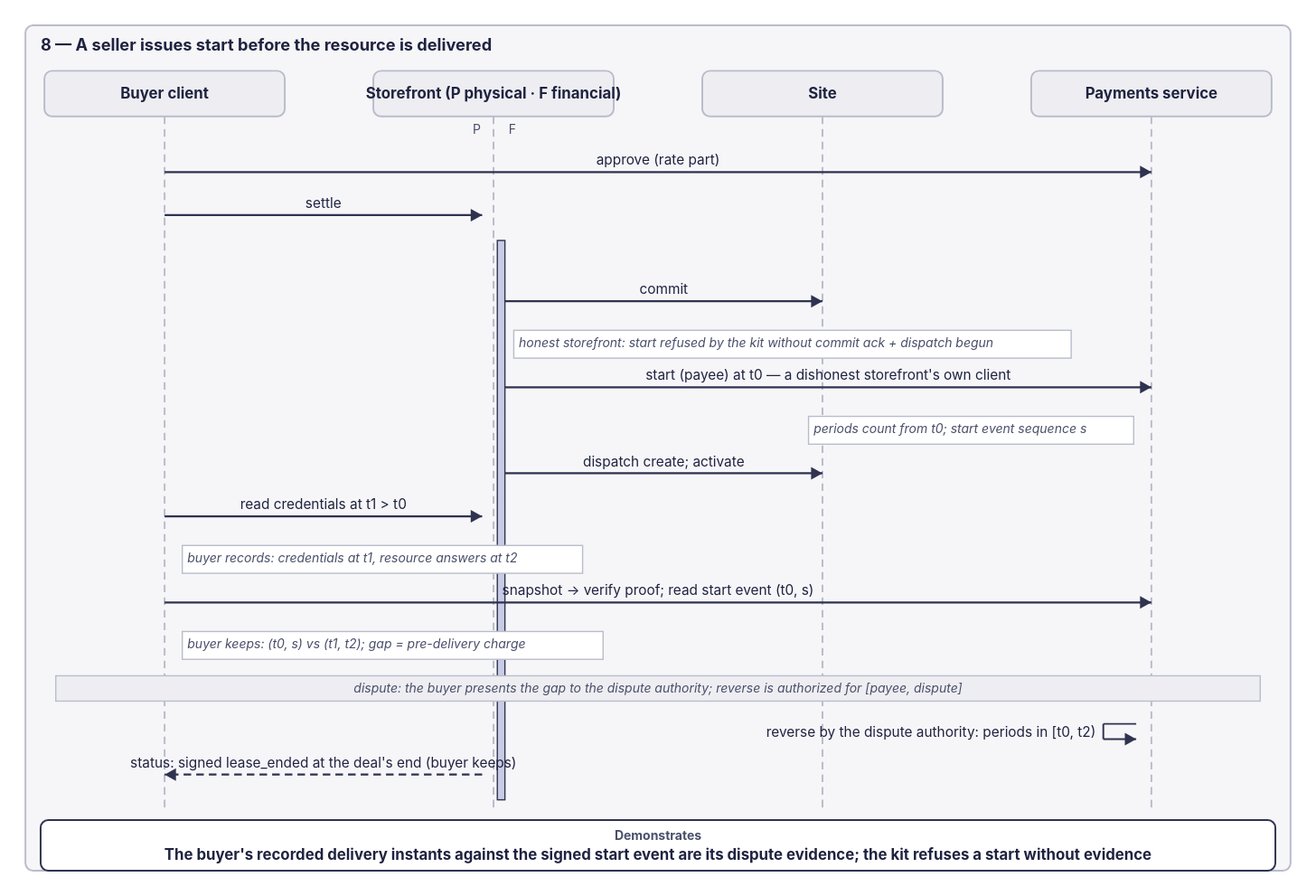
Before: openspec/changes/converge-ongoing-compute-leases/diagrams/08-start-before-delivery.svg, a diagram exported from draw.io (arkhai-io/simple-compute-market). Source tidied: cells renumbered, new cells last; positions are measured from the earlier drawing's top-left corner, leaving out a move shared by most shapes. The source it was exported from:
```xml
<mxGraphModel>
  <root>
    <mxCell id="0" />
    <mxCell id="1" parent="0" />
    <mxCell id="2" style="rounded=1;arcSize=6;whiteSpace=wrap;html=1;fillColor=#f6f6f8;strokeColor=#b9bccb;strokeWidth=1.4;dashed=0;" parent="1" vertex="1">
      <mxGeometry width="1000" height="668" as="geometry" />
    </mxCell>
    <mxCell id="3" value="8 — A seller issues start before the resource is delivered" style="text;html=1;align=left;verticalAlign=middle;whiteSpace=nowrap;fontSize=13;fontColor=#1f2340;fontStyle=1;fontFamily=Helvetica;" parent="1" vertex="1">
      <mxGeometry x="12" y="6" width="800" height="19" as="geometry" />
    </mxCell>
    <mxCell id="4" style="rounded=1;arcSize=6;whiteSpace=wrap;html=1;fillColor=#eeeef2;strokeColor=#b9bccb;strokeWidth=1.4;dashed=0;" parent="1" vertex="1">
      <mxGeometry x="15" y="36" width="190" height="36" as="geometry" />
    </mxCell>
    <mxCell id="5" value="Buyer client" style="text;html=1;align=center;verticalAlign=middle;whiteSpace=nowrap;fontSize=12;fontColor=#1f2340;fontStyle=1;fontFamily=Helvetica;" parent="1" vertex="1">
      <mxGeometry x="15" y="45" width="190" height="18" as="geometry" />
    </mxCell>
    <mxCell id="6" style="rounded=1;arcSize=6;whiteSpace=wrap;html=1;fillColor=#eeeef2;strokeColor=#b9bccb;strokeWidth=1.4;dashed=0;" parent="1" vertex="1">
      <mxGeometry x="275" y="36" width="190" height="36" as="geometry" />
    </mxCell>
    <mxCell id="7" value="Storefront  (P physical · F financial)" style="text;html=1;align=center;verticalAlign=middle;whiteSpace=nowrap;fontSize=12;fontColor=#1f2340;fontStyle=1;fontFamily=Helvetica;" parent="1" vertex="1">
      <mxGeometry x="275" y="45" width="190" height="18" as="geometry" />
    </mxCell>
    <mxCell id="8" style="rounded=1;arcSize=6;whiteSpace=wrap;html=1;fillColor=#eeeef2;strokeColor=#b9bccb;strokeWidth=1.4;dashed=0;" parent="1" vertex="1">
      <mxGeometry x="535" y="36" width="190" height="36" as="geometry" />
    </mxCell>
    <mxCell id="9" value="Site" style="text;html=1;align=center;verticalAlign=middle;whiteSpace=nowrap;fontSize=12;fontColor=#1f2340;fontStyle=1;fontFamily=Helvetica;" parent="1" vertex="1">
      <mxGeometry x="535" y="45" width="190" height="18" as="geometry" />
    </mxCell>
    <mxCell id="10" style="rounded=1;arcSize=6;whiteSpace=wrap;html=1;fillColor=#eeeef2;strokeColor=#b9bccb;strokeWidth=1.4;dashed=0;" parent="1" vertex="1">
      <mxGeometry x="795" y="36" width="190" height="36" as="geometry" />
    </mxCell>
    <mxCell id="11" value="Payments service" style="text;html=1;align=center;verticalAlign=middle;whiteSpace=nowrap;fontSize=12;fontColor=#1f2340;fontStyle=1;fontFamily=Helvetica;" parent="1" vertex="1">
      <mxGeometry x="795" y="45" width="190" height="18" as="geometry" />
    </mxCell>
    <mxCell id="12" style="endArrow=none;endFill=0;strokeColor=#b9bccb;strokeWidth=1.4;html=1;dashed=1;" parent="1" edge="1">
      <mxGeometry relative="1" as="geometry">
        <mxPoint x="110" y="72" as="sourcePoint" />
        <mxPoint x="110" y="618" as="targetPoint" />
      </mxGeometry>
    </mxCell>
    <mxCell id="13" style="endArrow=none;endFill=0;strokeColor=#b9bccb;strokeWidth=1.4;html=1;dashed=1;" parent="1" edge="1">
      <mxGeometry relative="1" as="geometry">
        <mxPoint x="370" y="72" as="sourcePoint" />
        <mxPoint x="370" y="618" as="targetPoint" />
      </mxGeometry>
    </mxCell>
    <mxCell id="14" style="endArrow=none;endFill=0;strokeColor=#b9bccb;strokeWidth=1.4;html=1;dashed=1;" parent="1" edge="1">
      <mxGeometry relative="1" as="geometry">
        <mxPoint x="630" y="72" as="sourcePoint" />
        <mxPoint x="630" y="618" as="targetPoint" />
      </mxGeometry>
    </mxCell>
    <mxCell id="15" style="endArrow=none;endFill=0;strokeColor=#b9bccb;strokeWidth=1.4;html=1;dashed=1;" parent="1" edge="1">
      <mxGeometry relative="1" as="geometry">
        <mxPoint x="890" y="72" as="sourcePoint" />
        <mxPoint x="890" y="618" as="targetPoint" />
      </mxGeometry>
    </mxCell>
    <mxCell id="16" style="rounded=0;arcSize=6;whiteSpace=wrap;html=1;fillColor=#c7cbe3;strokeColor=#2f3350;strokeWidth=1;dashed=0;" parent="1" vertex="1">
      <mxGeometry x="373" y="170" width="6" height="442" as="geometry" />
    </mxCell>
    <mxCell id="17" value="P" style="text;html=1;align=right;verticalAlign=middle;whiteSpace=nowrap;fontSize=10;fontColor=#4a4f6a;fontStyle=0;fontFamily=Helvetica;" parent="1" vertex="1">
      <mxGeometry x="330" y="74" width="30" height="16" as="geometry" />
    </mxCell>
    <mxCell id="18" value="F" style="text;html=1;align=left;verticalAlign=middle;whiteSpace=nowrap;fontSize=10;fontColor=#4a4f6a;fontStyle=0;fontFamily=Helvetica;" parent="1" vertex="1">
      <mxGeometry x="382" y="74" width="30" height="16" as="geometry" />
    </mxCell>
    <mxCell id="19" style="endArrow=block;endFill=1;strokeColor=#2f3350;strokeWidth=1.6;html=1;dashed=0;" parent="1" edge="1">
      <mxGeometry relative="1" as="geometry">
        <mxPoint x="110" y="116" as="sourcePoint" />
        <mxPoint x="890" y="116" as="targetPoint" />
      </mxGeometry>
    </mxCell>
    <mxCell id="20" value="approve (rate part)" style="text;html=1;align=center;verticalAlign=middle;whiteSpace=nowrap;fontSize=11;fontColor=#1f2340;fontStyle=0;fontFamily=Helvetica;" parent="1" vertex="1">
      <mxGeometry x="110" y="98" width="780" height="17" as="geometry" />
    </mxCell>
    <mxCell id="21" style="endArrow=block;endFill=1;strokeColor=#2f3350;strokeWidth=1.6;html=1;dashed=0;" parent="1" edge="1">
      <mxGeometry relative="1" as="geometry">
        <mxPoint x="110" y="150" as="sourcePoint" />
        <mxPoint x="361" y="150" as="targetPoint" />
      </mxGeometry>
    </mxCell>
    <mxCell id="22" value="settle" style="text;html=1;align=center;verticalAlign=middle;whiteSpace=nowrap;fontSize=11;fontColor=#1f2340;fontStyle=0;fontFamily=Helvetica;" parent="1" vertex="1">
      <mxGeometry x="110" y="132" width="251" height="17" as="geometry" />
    </mxCell>
    <mxCell id="23" style="endArrow=block;endFill=1;strokeColor=#2f3350;strokeWidth=1.6;html=1;dashed=0;" parent="1" edge="1">
      <mxGeometry relative="1" as="geometry">
        <mxPoint x="379" y="218" as="sourcePoint" />
        <mxPoint x="630" y="218" as="targetPoint" />
      </mxGeometry>
    </mxCell>
    <mxCell id="24" value="commit" style="text;html=1;align=center;verticalAlign=middle;whiteSpace=nowrap;fontSize=11;fontColor=#1f2340;fontStyle=0;fontFamily=Helvetica;" parent="1" vertex="1">
      <mxGeometry x="379" y="200" width="251" height="17" as="geometry" />
    </mxCell>
    <mxCell id="25" style="rounded=0;arcSize=6;whiteSpace=wrap;html=1;fillColor=#ffffff;strokeColor=#b9bccb;strokeWidth=1;dashed=0;" parent="1" vertex="1">
      <mxGeometry x="386" y="241" width="440.6" height="22" as="geometry" />
    </mxCell>
    <mxCell id="26" value="honest storefront: start refused by the kit without commit ack + dispatch begun" style="text;html=1;align=left;verticalAlign=middle;whiteSpace=nowrap;fontSize=10;fontColor=#4a4f6a;fontStyle=2;fontFamily=Helvetica;" parent="1" vertex="1">
      <mxGeometry x="390" y="243" width="432.6" height="16" as="geometry" />
    </mxCell>
    <mxCell id="27" style="endArrow=block;endFill=1;strokeColor=#2f3350;strokeWidth=1.6;html=1;dashed=0;" parent="1" edge="1">
      <mxGeometry relative="1" as="geometry">
        <mxPoint x="379" y="286" as="sourcePoint" />
        <mxPoint x="890" y="286" as="targetPoint" />
      </mxGeometry>
    </mxCell>
    <mxCell id="28" value="start (payee) at t0 — a dishonest storefront's own client" style="text;html=1;align=center;verticalAlign=middle;whiteSpace=nowrap;fontSize=11;fontColor=#1f2340;fontStyle=0;fontFamily=Helvetica;" parent="1" vertex="1">
      <mxGeometry x="379" y="268" width="511" height="17" as="geometry" />
    </mxCell>
    <mxCell id="29" style="rounded=0;arcSize=6;whiteSpace=wrap;html=1;fillColor=#ffffff;strokeColor=#b9bccb;strokeWidth=1;dashed=0;" parent="1" vertex="1">
      <mxGeometry x="619" y="309" width="257" height="22" as="geometry" />
    </mxCell>
    <mxCell id="30" value="periods count from t0; start event sequence s" style="text;html=1;align=left;verticalAlign=middle;whiteSpace=nowrap;fontSize=10;fontColor=#4a4f6a;fontStyle=2;fontFamily=Helvetica;" parent="1" vertex="1">
      <mxGeometry x="623" y="311" width="249" height="16" as="geometry" />
    </mxCell>
    <mxCell id="31" style="endArrow=block;endFill=1;strokeColor=#2f3350;strokeWidth=1.6;html=1;dashed=0;" parent="1" edge="1">
      <mxGeometry relative="1" as="geometry">
        <mxPoint x="379" y="354" as="sourcePoint" />
        <mxPoint x="630" y="354" as="targetPoint" />
      </mxGeometry>
    </mxCell>
    <mxCell id="32" value="dispatch create; activate" style="text;html=1;align=center;verticalAlign=middle;whiteSpace=nowrap;fontSize=11;fontColor=#1f2340;fontStyle=0;fontFamily=Helvetica;" parent="1" vertex="1">
      <mxGeometry x="379" y="336" width="251" height="17" as="geometry" />
    </mxCell>
    <mxCell id="33" style="endArrow=block;endFill=1;strokeColor=#2f3350;strokeWidth=1.6;html=1;dashed=0;" parent="1" edge="1">
      <mxGeometry relative="1" as="geometry">
        <mxPoint x="110" y="388" as="sourcePoint" />
        <mxPoint x="361" y="388" as="targetPoint" />
      </mxGeometry>
    </mxCell>
    <mxCell id="34" value="read credentials at t1 &gt; t0" style="text;html=1;align=center;verticalAlign=middle;whiteSpace=nowrap;fontSize=11;fontColor=#1f2340;fontStyle=0;fontFamily=Helvetica;" parent="1" vertex="1">
      <mxGeometry x="110" y="370" width="251" height="17" as="geometry" />
    </mxCell>
    <mxCell id="35" style="rounded=0;arcSize=6;whiteSpace=wrap;html=1;fillColor=#ffffff;strokeColor=#b9bccb;strokeWidth=1;dashed=0;" parent="1" vertex="1">
      <mxGeometry x="124" y="411" width="316.4" height="22" as="geometry" />
    </mxCell>
    <mxCell id="36" value="buyer records: credentials at t1, resource answers at t2" style="text;html=1;align=left;verticalAlign=middle;whiteSpace=nowrap;fontSize=10;fontColor=#4a4f6a;fontStyle=2;fontFamily=Helvetica;" parent="1" vertex="1">
      <mxGeometry x="128" y="413" width="308.4" height="16" as="geometry" />
    </mxCell>
    <mxCell id="37" style="endArrow=block;endFill=1;strokeColor=#2f3350;strokeWidth=1.6;html=1;dashed=0;" parent="1" edge="1">
      <mxGeometry relative="1" as="geometry">
        <mxPoint x="110" y="456" as="sourcePoint" />
        <mxPoint x="890" y="456" as="targetPoint" />
      </mxGeometry>
    </mxCell>
    <mxCell id="38" value="snapshot → verify proof; read start event (t0, s)" style="text;html=1;align=center;verticalAlign=middle;whiteSpace=nowrap;fontSize=11;fontColor=#1f2340;fontStyle=0;fontFamily=Helvetica;" parent="1" vertex="1">
      <mxGeometry x="110" y="438" width="780" height="17" as="geometry" />
    </mxCell>
    <mxCell id="39" style="rounded=0;arcSize=6;whiteSpace=wrap;html=1;fillColor=#ffffff;strokeColor=#b9bccb;strokeWidth=1;dashed=0;" parent="1" vertex="1">
      <mxGeometry x="124" y="479" width="332.6" height="22" as="geometry" />
    </mxCell>
    <mxCell id="40" value="buyer keeps: (t0, s) vs (t1, t2); gap = pre-delivery charge" style="text;html=1;align=left;verticalAlign=middle;whiteSpace=nowrap;fontSize=10;fontColor=#4a4f6a;fontStyle=2;fontFamily=Helvetica;" parent="1" vertex="1">
      <mxGeometry x="128" y="481" width="324.6" height="16" as="geometry" />
    </mxCell>
    <mxCell id="41" style="rounded=0;arcSize=6;whiteSpace=wrap;html=1;fillColor=#eeeef2;strokeColor=#b9bccb;strokeWidth=1;dashed=0;" parent="1" vertex="1">
      <mxGeometry x="24" y="514" width="952" height="20" as="geometry" />
    </mxCell>
    <mxCell id="42" value="dispute: the buyer presents the gap to the dispute authority; reverse is authorized for [payee, dispute]" style="text;html=1;align=center;verticalAlign=middle;whiteSpace=nowrap;fontSize=10;fontColor=#4a4f6a;fontStyle=2;fontFamily=Helvetica;" parent="1" vertex="1">
      <mxGeometry x="24" y="516" width="952" height="16" as="geometry" />
    </mxCell>
    <mxCell id="43" style="endArrow=none;endFill=0;strokeColor=#2f3350;strokeWidth=1.4;html=1;dashed=0;" parent="1" edge="1">
      <mxGeometry relative="1" as="geometry">
        <mxPoint x="878" y="552" as="sourcePoint" />
        <mxPoint x="852" y="552" as="targetPoint" />
      </mxGeometry>
    </mxCell>
    <mxCell id="44" style="endArrow=none;endFill=0;strokeColor=#2f3350;strokeWidth=1.4;html=1;dashed=0;" parent="1" edge="1">
      <mxGeometry relative="1" as="geometry">
        <mxPoint x="852" y="552" as="sourcePoint" />
        <mxPoint x="852" y="564" as="targetPoint" />
      </mxGeometry>
    </mxCell>
    <mxCell id="45" style="endArrow=block;endFill=1;strokeColor=#2f3350;strokeWidth=1.4;html=1;dashed=0;" parent="1" edge="1">
      <mxGeometry relative="1" as="geometry">
        <mxPoint x="852" y="564" as="sourcePoint" />
        <mxPoint x="878" y="564" as="targetPoint" />
      </mxGeometry>
    </mxCell>
    <mxCell id="46" value="reverse by the dispute authority: periods in [t0, t2)" style="text;html=1;align=right;verticalAlign=middle;whiteSpace=nowrap;fontSize=11;fontColor=#1f2340;fontStyle=0;fontFamily=Helvetica;" parent="1" vertex="1">
      <mxGeometry x="426" y="550" width="420" height="17" as="geometry" />
    </mxCell>
    <mxCell id="47" style="endArrow=block;endFill=1;strokeColor=#2f3350;strokeWidth=1.6;html=1;dashed=1;" parent="1" edge="1">
      <mxGeometry relative="1" as="geometry">
        <mxPoint x="361" y="592" as="sourcePoint" />
        <mxPoint x="110" y="592" as="targetPoint" />
      </mxGeometry>
    </mxCell>
    <mxCell id="48" value="status: signed lease_ended at the deal's end (buyer keeps)" style="text;html=1;align=center;verticalAlign=middle;whiteSpace=nowrap;fontSize=11;fontColor=#1f2340;fontStyle=0;fontFamily=Helvetica;" parent="1" vertex="1">
      <mxGeometry x="110" y="574" width="251" height="17" as="geometry" />
    </mxCell>
    <mxCell id="49" style="rounded=1;arcSize=6;whiteSpace=wrap;html=1;fillColor=#ffffff;strokeColor=#2f3350;strokeWidth=1.4;dashed=0;" parent="1" vertex="1">
      <mxGeometry x="12" y="628" width="976" height="40" as="geometry" />
    </mxCell>
    <mxCell id="50" value="Demonstrates" style="text;html=1;align=center;verticalAlign=middle;whiteSpace=nowrap;fontSize=10;fontColor=#4a4f6a;fontStyle=1;fontFamily=Helvetica;" parent="1" vertex="1">
      <mxGeometry x="12" y="632" width="976" height="16" as="geometry" />
    </mxCell>
    <mxCell id="51" value="The buyer's recorded delivery instants against the signed start event are its dispute evidence; the kit refuses a start without evidence" style="text;html=1;align=center;verticalAlign=middle;whiteSpace=nowrap;fontSize=12;fontColor=#1f2340;fontStyle=1;fontFamily=Helvetica;" parent="1" vertex="1">
      <mxGeometry x="12" y="646" width="976" height="18" as="geometry" />
    </mxCell>
  </root>
</mxGraphModel>
```
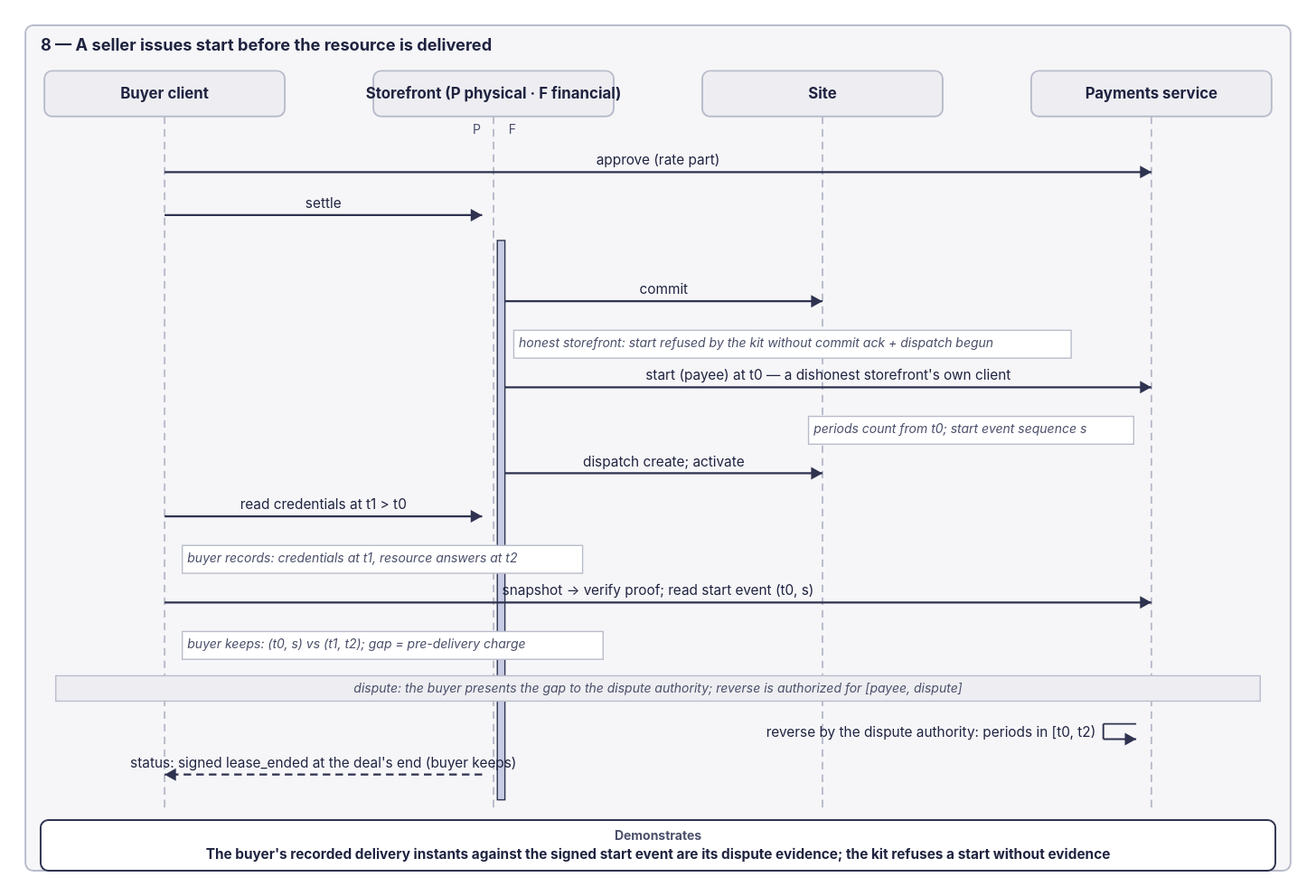
After the change.

Change to the diagram source:
```diff
@@ -194,8 +194,8 @@
     <mxCell id="50" value="Demonstrates" style="text;html=1;align=center;verticalAlign=middle;whiteSpace=nowrap;fontSize=10;fontColor=#4a4f6a;fontStyle=1;fontFamily=Helvetica;" parent="1" vertex="1">
       <mxGeometry x="12" y="632" width="976" height="16" as="geometry" />
     </mxCell>
-    <mxCell id="51" value="The buyer's recorded delivery instants against the signed start event are its dispute evidence; the kit refuses a start without evidence" style="text;html=1;align=center;verticalAlign=middle;whiteSpace=nowrap;fontSize=12;fontColor=#1f2340;fontStyle=1;fontFamily=Helvetica;" parent="1" vertex="1">
-      <mxGeometry x="12" y="646" width="976" height="18" as="geometry" />
+    <mxCell id="51" value="The buyer's recorded delivery instants against the signed start event are its dispute evidence; the kit refuses a start without evidence" style="text;html=1;align=center;verticalAlign=middle;whiteSpace=nowrap;fontSize=11;fontColor=#1f2340;fontStyle=1;fontFamily=Helvetica;" parent="1" vertex="1">
+      <mxGeometry x="12" y="646" width="976" height="17" as="geometry" />
     </mxCell>
   </root>
 </mxGraphModel>
```
